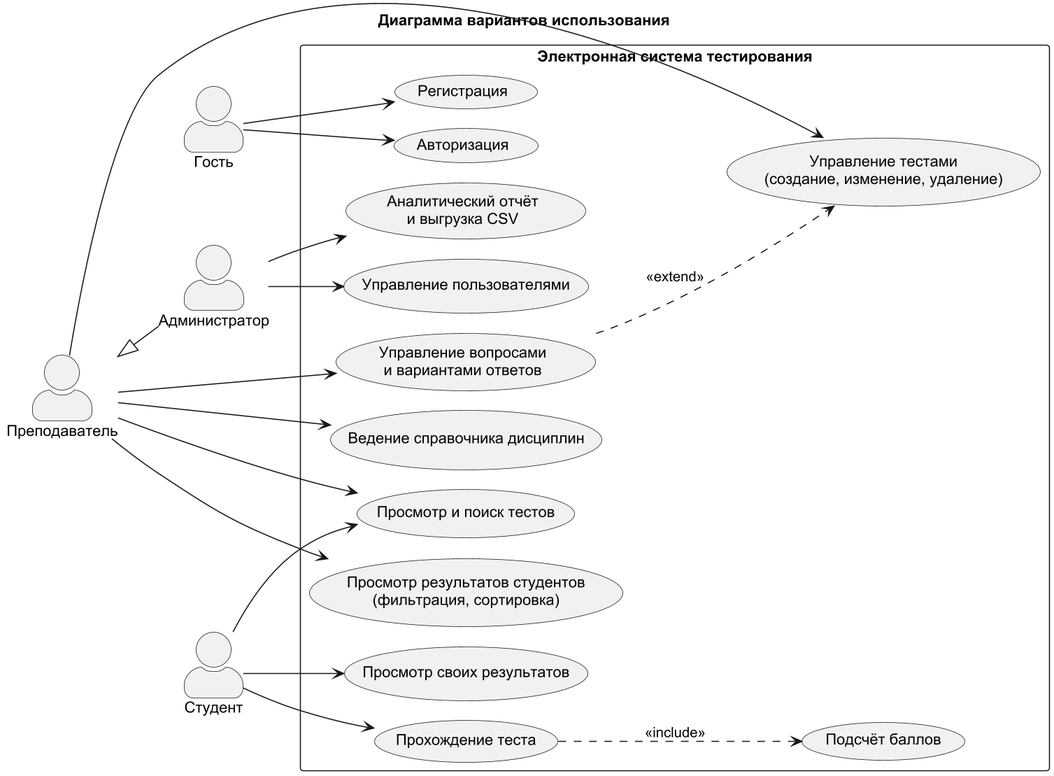
This is docs/diagrams/use_case.png from ChibryakovT/student-testing-system, a PlantUML export, as it was before one commit.
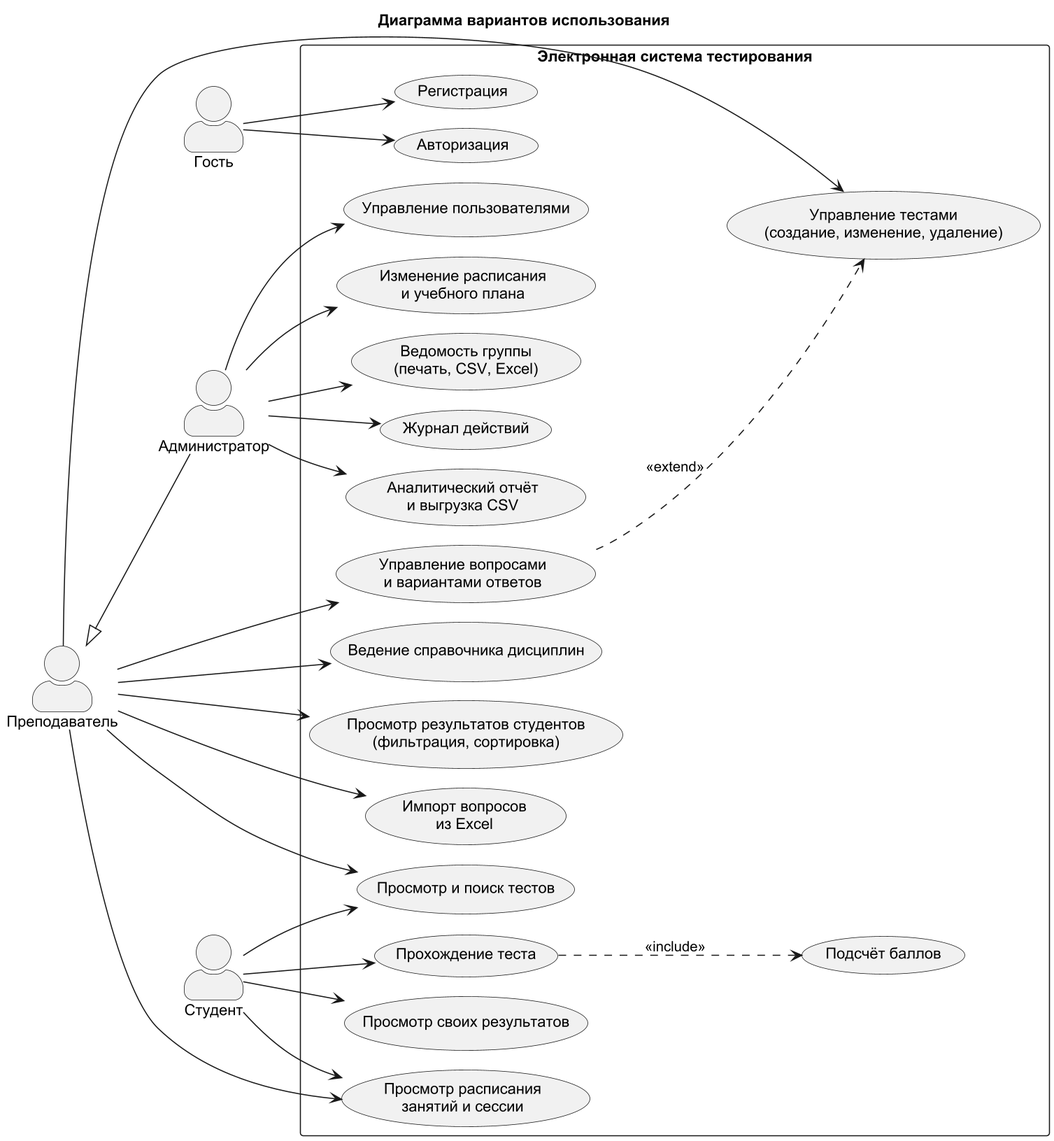
Above is the later version.

Diff of the diagram source:
```diff
@@ -24,6 +24,11 @@
   usecase "Просмотр результатов студентов\n(фильтрация, сортировка)" as UC9
   usecase "Аналитический отчёт\nи выгрузка CSV" as UC10
   usecase "Управление пользователями" as UC11
+  usecase "Просмотр расписания\nзанятий и сессии" as UC13
+  usecase "Изменение расписания\nи учебного плана" as UC14
+  usecase "Ведомость группы\n(печать, CSV, Excel)" as UC15
+  usecase "Импорт вопросов\nиз Excel" as UC16
+  usecase "Журнал действий" as UC17
   usecase "Подсчёт баллов" as UC12
 }
 G --> UC1
@@ -38,6 +43,12 @@
 T --> UC9
 A --> UC10
 A --> UC11
+S --> UC13
+T --> UC13
+A --> UC14
+A --> UC15
+A --> UC17
+T --> UC16
 UC4 ..> UC12 : <<include>>
 UC7 ..> UC6 : <<extend>>
 @enduml
```
